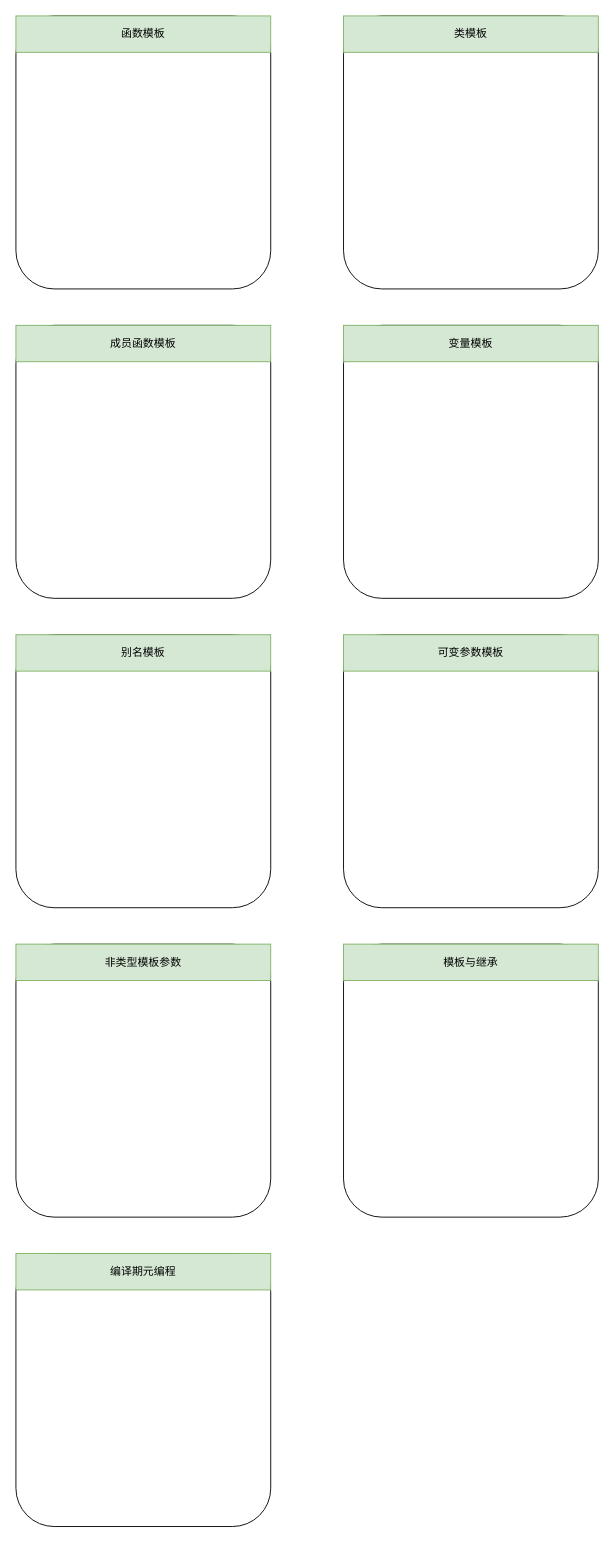
Before: cplusplus_template_learning.drawio in ZiqingYip/moment, a draw.io diagram. Source tidied: cells renumbered, new cells numbered last; positions are measured from the earlier drawing's top-left corner, leaving out a move shared by most shapes. Both pictures are drawn from the tidied source at 91%, with x=0, y=0 at pixel (15, 15).
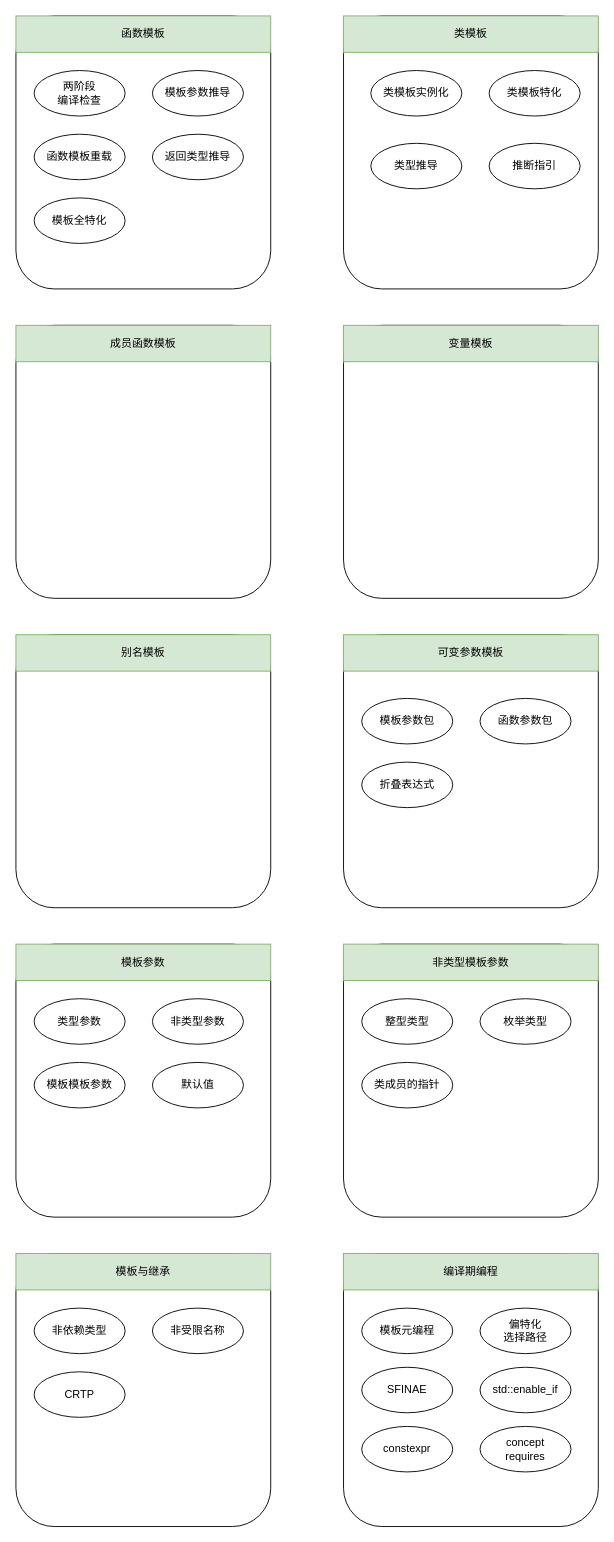
After the change.

Change to the diagram source:
```diff
@@
-    <mxCell id="15" value="非类型模板参数" style="rounded=0;whiteSpace=wrap;html=1;fillColor=#d5e8d4;strokeColor=#82b366;" parent="1" vertex="1">
+    <mxCell id="15" value="模板参数" style="rounded=0;whiteSpace=wrap;html=1;fillColor=#d5e8d4;strokeColor=#82b366;" parent="1" vertex="1">
       <mxGeometry y="1020" width="280" height="40" as="geometry" />
     </mxCell>
@@
-    <mxCell id="17" value="模板与继承" style="rounded=0;whiteSpace=wrap;html=1;fillColor=#d5e8d4;strokeColor=#82b366;" parent="1" vertex="1">
+    <mxCell id="17" value="非类型模板参数" style="rounded=0;whiteSpace=wrap;html=1;fillColor=#d5e8d4;strokeColor=#82b366;" parent="1" vertex="1">
       <mxGeometry x="360" y="1020" width="280" height="40" as="geometry" />
     </mxCell>
     <mxCell id="18" style="rounded=1;whiteSpace=wrap;html=1;" parent="1" vertex="1">
-      <mxGeometry y="1360" width="280" height="300" as="geometry" />
+      <mxGeometry x="360" y="1360" width="280" height="300" as="geometry" />
     </mxCell>
-    <mxCell id="19" value="编译期元编程" style="rounded=0;whiteSpace=wrap;html=1;fillColor=#d5e8d4;strokeColor=#82b366;" parent="1" vertex="1">
-      <mxGeometry y="1360" width="280" height="40" as="geometry" />
+    <mxCell id="19" value="编译期编程" style="rounded=0;whiteSpace=wrap;html=1;fillColor=#d5e8d4;strokeColor=#82b366;" parent="1" vertex="1">
+      <mxGeometry x="360" y="1360" width="280" height="40" as="geometry" />
     </mxCell>
+    <mxCell id="20" value="模板元编程" style="ellipse;whiteSpace=wrap;html=1;" parent="1" vertex="1">
+      <mxGeometry x="380" y="1420" width="100" height="50" as="geometry" />
+    </mxCell>
+    <mxCell id="21" value="偏特化&lt;br&gt;选择路径" style="ellipse;whiteSpace=wrap;html=1;" parent="1" vertex="1">
+      <mxGeometry x="510" y="1420" width="100" height="50" as="geometry" />
+    </mxCell>
+    <mxCell id="22" value="constexpr" style="ellipse;whiteSpace=wrap;html=1;" parent="1" vertex="1">
+      <mxGeometry x="380" y="1550" width="100" height="50" as="geometry" />
+    </mxCell>
+    <mxCell id="23" value="SFINAE" style="ellipse;whiteSpace=wrap;html=1;" parent="1" vertex="1">
+      <mxGeometry x="380" y="1485" width="100" height="50" as="geometry" />
+    </mxCell>
+    <mxCell id="24" value="std::enable_if" style="ellipse;whiteSpace=wrap;html=1;" parent="1" vertex="1">
+      <mxGeometry x="510" y="1485" width="100" height="50" as="geometry" />
+    </mxCell>
+    <mxCell id="25" value="concept&lt;br&gt;requires" style="ellipse;whiteSpace=wrap;html=1;" parent="1" vertex="1">
+      <mxGeometry x="510" y="1550" width="100" height="50" as="geometry" />
+    </mxCell>
+    <mxCell id="26" value="&lt;div&gt;整型类型&lt;/div&gt;" style="ellipse;whiteSpace=wrap;html=1;" parent="1" vertex="1">
+      <mxGeometry x="380" y="1080" width="100" height="50" as="geometry" />
+    </mxCell>
+    <mxCell id="27" value="枚举类型" style="ellipse;whiteSpace=wrap;html=1;" parent="1" vertex="1">
+      <mxGeometry x="510" y="1080" width="100" height="50" as="geometry" />
+    </mxCell>
+    <mxCell id="28" value="类成员的指针" style="ellipse;whiteSpace=wrap;html=1;" parent="1" vertex="1">
+      <mxGeometry x="380" y="1150" width="100" height="50" as="geometry" />
+    </mxCell>
+    <mxCell id="29" value="模板参数包" style="ellipse;whiteSpace=wrap;html=1;" parent="1" vertex="1">
+      <mxGeometry x="380" y="750" width="100" height="50" as="geometry" />
+    </mxCell>
+    <mxCell id="30" value="函数参数包" style="ellipse;whiteSpace=wrap;html=1;" parent="1" vertex="1">
+      <mxGeometry x="510" y="750" width="100" height="50" as="geometry" />
+    </mxCell>
+    <mxCell id="31" value="折叠表达式" style="ellipse;whiteSpace=wrap;html=1;" parent="1" vertex="1">
+      <mxGeometry x="380" y="820" width="100" height="50" as="geometry" />
+    </mxCell>
+    <mxCell id="32" value="两阶段&lt;br&gt;编译检查" style="ellipse;whiteSpace=wrap;html=1;" parent="1" vertex="1">
+      <mxGeometry x="20" y="60" width="100" height="50" as="geometry" />
+    </mxCell>
+    <mxCell id="33" value="模板参数推导" style="ellipse;whiteSpace=wrap;html=1;" parent="1" vertex="1">
+      <mxGeometry x="150" y="60" width="100" height="50" as="geometry" />
+    </mxCell>
+    <mxCell id="34" value="函数模板重载" style="ellipse;whiteSpace=wrap;html=1;" parent="1" vertex="1">
+      <mxGeometry x="20" y="130" width="100" height="50" as="geometry" />
+    </mxCell>
+    <mxCell id="35" value="返回类型推导" style="ellipse;whiteSpace=wrap;html=1;" parent="1" vertex="1">
+      <mxGeometry x="150" y="130" width="100" height="50" as="geometry" />
+    </mxCell>
+    <mxCell id="36" value="模板全特化" style="ellipse;whiteSpace=wrap;html=1;" parent="1" vertex="1">
+      <mxGeometry x="20" y="200" width="100" height="50" as="geometry" />
+    </mxCell>
+    <mxCell id="37" value="类模板实例化" style="ellipse;whiteSpace=wrap;html=1;" parent="1" vertex="1">
+      <mxGeometry x="390" y="60" width="100" height="50" as="geometry" />
+    </mxCell>
+    <mxCell id="38" value="类模板特化" style="ellipse;whiteSpace=wrap;html=1;" parent="1" vertex="1">
+      <mxGeometry x="520" y="60" width="100" height="50" as="geometry" />
+    </mxCell>
+    <mxCell id="39" value="类型推导" style="ellipse;whiteSpace=wrap;html=1;" parent="1" vertex="1">
+      <mxGeometry x="390" y="140" width="100" height="50" as="geometry" />
+    </mxCell>
+    <mxCell id="40" value="推断指引" style="ellipse;whiteSpace=wrap;html=1;" parent="1" vertex="1">
+      <mxGeometry x="520" y="140" width="100" height="50" as="geometry" />
+    </mxCell>
+    <mxCell id="41" style="rounded=1;whiteSpace=wrap;html=1;" parent="1" vertex="1">
+      <mxGeometry y="1360" width="280" height="300" as="geometry" />
+    </mxCell>
+    <mxCell id="42" value="模板与继承" style="rounded=0;whiteSpace=wrap;html=1;fillColor=#d5e8d4;strokeColor=#82b366;" parent="1" vertex="1">
+      <mxGeometry y="1360" width="280" height="40" as="geometry" />
+    </mxCell>
+    <mxCell id="43" value="非依赖类型" style="ellipse;whiteSpace=wrap;html=1;" parent="1" vertex="1">
+      <mxGeometry x="20" y="1420" width="100" height="50" as="geometry" />
+    </mxCell>
+    <mxCell id="44" value="非受限名称" style="ellipse;whiteSpace=wrap;html=1;" parent="1" vertex="1">
+      <mxGeometry x="150" y="1420" width="100" height="50" as="geometry" />
+    </mxCell>
+    <mxCell id="45" value="CRTP" style="ellipse;whiteSpace=wrap;html=1;" parent="1" vertex="1">
+      <mxGeometry x="20" y="1490" width="100" height="50" as="geometry" />
+    </mxCell>
+    <mxCell id="46" value="&lt;div&gt;类型参数&lt;/div&gt;" style="ellipse;whiteSpace=wrap;html=1;" parent="1" vertex="1">
+      <mxGeometry x="20" y="1080" width="100" height="50" as="geometry" />
+    </mxCell>
+    <mxCell id="47" value="&lt;div&gt;非类型参数&lt;/div&gt;" style="ellipse;whiteSpace=wrap;html=1;" parent="1" vertex="1">
+      <mxGeometry x="150" y="1080" width="100" height="50" as="geometry" />
+    </mxCell>
+    <mxCell id="48" value="&lt;div&gt;模板模板参数&lt;/div&gt;" style="ellipse;whiteSpace=wrap;html=1;" parent="1" vertex="1">
+      <mxGeometry x="20" y="1150" width="100" height="50" as="geometry" />
+    </mxCell>
+    <mxCell id="49" value="&lt;div&gt;默认值&lt;/div&gt;" style="ellipse;whiteSpace=wrap;html=1;" parent="1" vertex="1">
+      <mxGeometry x="150" y="1150" width="100" height="50" as="geometry" />
+    </mxCell>
```
